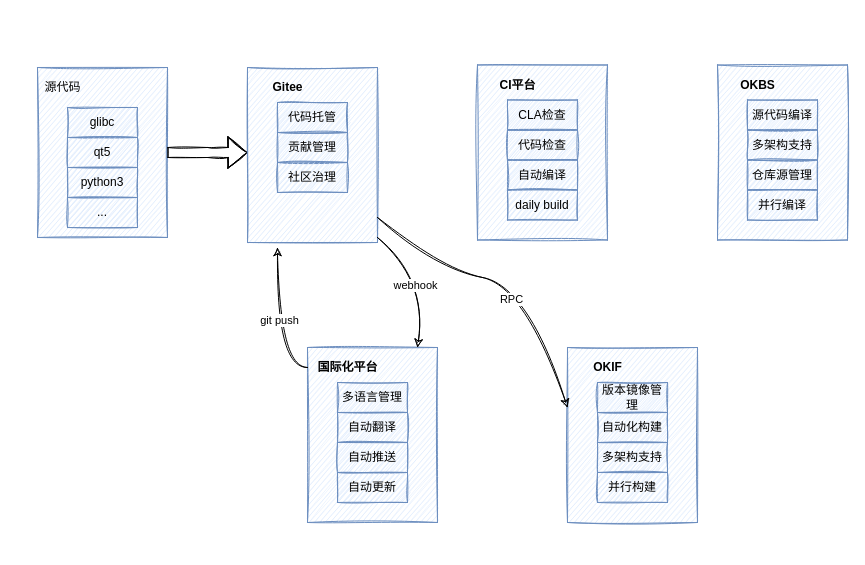
This is 平台架构.drawio from weijiang1994/draw-io, a draw.io file, before an edit. Source tidied: cells renumbered, new cells numbered last; positions are measured from the earlier drawing's top-left corner, leaving out a move shared by most shapes. Both pictures are drawn from the tidied source at 100%, with x=0, y=0 at pixel (37, 65).
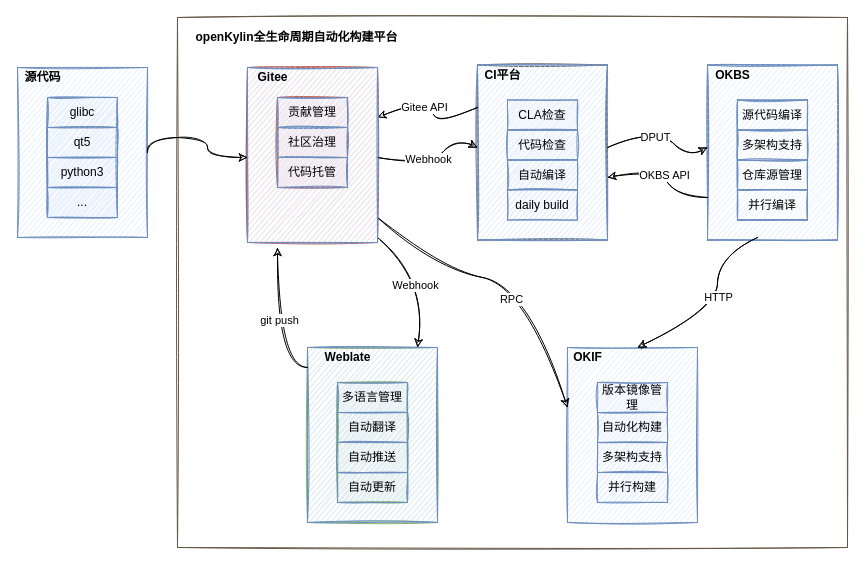
The same page after the edit.

Commit message (it also covers changes not shown here):
更新平台架构.drawio

What changed in the source:
```diff
@@
+    <mxCell id="57" style="rounded=0;whiteSpace=wrap;html=1;sketch=1;strokeColor=#665847;fillColor=none;gradientColor=none;" parent="1" vertex="1">
+      <mxGeometry x="140" y="-48" width="670" height="530" as="geometry" />
+    </mxCell>
     <mxCell id="2" style="group;rounded=0;sketch=1;" parent="1" vertex="1">
-      <mxGeometry y="2" width="130" height="170" as="geometry" />
+      <mxGeometry x="-20" y="-8" width="130" height="170" as="geometry" />
     </mxCell>
     <mxCell id="3" style="rounded=0;whiteSpace=wrap;html=1;fillColor=#dae8fc;strokeColor=#6c8ebf;sketch=1;" parent="2" vertex="1">
-      <mxGeometry width="130" height="170" as="geometry" />
+      <mxGeometry y="10" width="130" height="170" as="geometry" />
     </mxCell>
-    <mxCell id="4" value="源代码" style="text;html=1;align=center;verticalAlign=middle;strokeColor=none;fillColor=none;sketch=1;rounded=0;" parent="2" vertex="1">
+    <mxCell id="4" value="源代码" style="text;html=1;align=center;verticalAlign=middle;strokeColor=none;fillColor=none;rounded=0;sketch=1;fontStyle=1;" parent="2" vertex="1">
       <mxGeometry y="10" width="50" height="20" as="geometry" />
     </mxCell>
-    <mxCell id="5" style="group;rounded=0;sketch=1;" parent="2" vertex="1">
+    <mxCell id="5" style="group;rounded=0;fillColor=#dae8fc;strokeColor=#6c8ebf;sketch=1;" parent="2" vertex="1">
       <mxGeometry x="30" y="40" width="70" height="120" as="geometry" />
     </mxCell>
@@
-    <mxCell id="11" style="edgeStyle=orthogonalEdgeStyle;shape=flexArrow;rounded=0;sketch=1;jettySize=auto;html=1;shadow=0;" parent="1" edge="1" source="3">
-      <mxGeometry relative="1" as="geometry">
-        <mxPoint x="210" y="87" as="targetPoint" />
-      </mxGeometry>
-    </mxCell>
-    <mxCell id="12" style="group;sketch=1;rounded=0;" parent="1" vertex="1">
+    <mxCell id="12" style="group;rounded=0;fillColor=#d5e8d4;strokeColor=#82b366;sketch=1;" parent="1" vertex="1">
       <mxGeometry x="270" y="282" width="130" height="175" as="geometry" />
     </mxCell>
-    <mxCell id="13" style="group;fillColor=#DAE8FC;strokeColor=#6c8ebf;sketch=1;rounded=0;" parent="12" vertex="1">
+    <mxCell id="13" style="group;fillColor=#DAE8FC;strokeColor=#6c8ebf;rounded=0;sketch=1;" parent="12" vertex="1">
       <mxGeometry width="130" height="175" as="geometry" />
     </mxCell>
-    <mxCell id="14" value="国际化平台" style="text;html=1;align=center;verticalAlign=middle;points=[];strokeColor=none;fillColor=none;fontStyle=1;sketch=1;rounded=0;" parent="12" vertex="1">
-      <mxGeometry y="10" width="80" height="20" as="geometry" />
+    <mxCell id="14" value="Weblate" style="text;html=1;align=center;verticalAlign=middle;points=[];strokeColor=none;fillColor=none;fontStyle=1;rounded=0;sketch=1;" parent="12" vertex="1">
+      <mxGeometry x="10" width="60" height="20" as="geometry" />
     </mxCell>
-    <mxCell id="15" style="group;sketch=1;rounded=0;" parent="12" vertex="1">
+    <mxCell id="15" style="group;rounded=0;fillColor=#d5e8d4;strokeColor=#82b366;sketch=1;" parent="12" vertex="1">
       <mxGeometry x="30" y="35" width="70" height="120" as="geometry" />
     </mxCell>
@@
-    <mxCell id="20" style="group;sketch=1;rounded=0;" parent="1" vertex="1">
+    <mxCell id="20" style="group;rounded=0;sketch=1;" parent="1" vertex="1">
       <mxGeometry x="530" y="282" width="130" height="175" as="geometry" />
     </mxCell>
-    <mxCell id="21" style="group;fillColor=#DAE8FC;strokeColor=#6c8ebf;sketch=1;rounded=0;" parent="20" vertex="1">
+    <mxCell id="21" style="group;fillColor=#DAE8FC;strokeColor=#6c8ebf;rounded=0;sketch=1;" parent="20" vertex="1">
       <mxGeometry width="130" height="175" as="geometry" />
     </mxCell>
-    <mxCell id="22" value="OKIF" style="text;html=1;align=center;verticalAlign=middle;strokeColor=none;fillColor=none;fontStyle=1;sketch=1;rounded=0;" parent="20" vertex="1">
-      <mxGeometry x="20" y="10" width="40" height="20" as="geometry" />
+    <mxCell id="22" value="OKIF" style="text;html=1;align=center;verticalAlign=middle;strokeColor=none;fillColor=none;fontStyle=1;rounded=0;sketch=1;" parent="20" vertex="1">
+      <mxGeometry width="40" height="20" as="geometry" />
     </mxCell>
-    <mxCell id="23" style="group;sketch=1;rounded=0;" parent="20" vertex="1">
+    <mxCell id="23" style="group;rounded=0;sketch=1;" parent="20" vertex="1">
       <mxGeometry x="30" y="35" width="70" height="120" as="geometry" />
     </mxCell>
@@
-    <mxCell id="28" style="group;sketch=1;rounded=0;" parent="1" vertex="1">
-      <mxGeometry x="680" y="-0.5" width="130" height="175" as="geometry" />
+    <mxCell id="28" style="group;rounded=0;fillColor=none;gradientColor=none;strokeColor=#6c8ebf;sketch=1;" parent="1" vertex="1">
+      <mxGeometry x="670" y="-0.5" width="130" height="175" as="geometry" />
     </mxCell>
-    <mxCell id="29" style="group;fillColor=#DAE8FC;strokeColor=#6c8ebf;sketch=1;rounded=0;" parent="28" vertex="1">
+    <mxCell id="29" style="group;fillColor=#DAE8FC;strokeColor=#6c8ebf;rounded=0;sketch=1;" parent="28" vertex="1">
       <mxGeometry width="130" height="175" as="geometry" />
     </mxCell>
-    <mxCell id="30" value="OKBS" style="text;html=1;align=center;verticalAlign=middle;strokeColor=none;fillColor=none;fontStyle=1;sketch=1;rounded=0;" parent="28" vertex="1">
-      <mxGeometry x="15" y="10" width="50" height="20" as="geometry" />
+    <mxCell id="30" value="OKBS" style="text;html=1;align=center;verticalAlign=middle;strokeColor=none;fillColor=none;fontStyle=1;rounded=0;sketch=1;" parent="28" vertex="1">
+      <mxGeometry width="50" height="20" as="geometry" />
     </mxCell>
-    <mxCell id="31" style="group;sketch=1;rounded=0;" parent="28" vertex="1">
+    <mxCell id="31" style="group;rounded=0;fillColor=none;strokeColor=#6c8ebf;sketch=1;" parent="28" vertex="1">
       <mxGeometry x="30" y="35" width="70" height="120" as="geometry" />
     </mxCell>
-    <mxCell id="32" value="源代码编译" style="rounded=0;whiteSpace=wrap;html=1;fillColor=#dae8fc;strokeColor=#6c8ebf;sketch=1;" parent="31" vertex="1">
+    <mxCell id="32" value="源代码编译" style="rounded=0;whiteSpace=wrap;html=1;fillColor=none;strokeColor=#6c8ebf;sketch=1;" parent="31" vertex="1">
       <mxGeometry width="70" height="30" as="geometry" />
     </mxCell>
-    <mxCell id="33" value="多架构支持" style="rounded=0;whiteSpace=wrap;html=1;fillColor=#dae8fc;strokeColor=#6c8ebf;sketch=1;" parent="31" vertex="1">
+    <mxCell id="33" value="多架构支持" style="rounded=0;whiteSpace=wrap;html=1;fillColor=none;strokeColor=#6c8ebf;sketch=1;" parent="31" vertex="1">
       <mxGeometry y="30" width="70" height="30" as="geometry" />
     </mxCell>
-    <mxCell id="34" value="仓库源管理" style="rounded=0;whiteSpace=wrap;html=1;fillColor=#dae8fc;strokeColor=#6c8ebf;sketch=1;" parent="31" vertex="1">
+    <mxCell id="34" value="仓库源管理" style="rounded=0;whiteSpace=wrap;html=1;fillColor=none;strokeColor=#6c8ebf;sketch=1;" parent="31" vertex="1">
       <mxGeometry y="60" width="70" height="30" as="geometry" />
     </mxCell>
-    <mxCell id="35" value="并行编译" style="rounded=0;whiteSpace=wrap;html=1;fillColor=#dae8fc;strokeColor=#6c8ebf;sketch=1;" parent="31" vertex="1">
+    <mxCell id="35" value="并行编译" style="rounded=0;whiteSpace=wrap;html=1;fillColor=none;strokeColor=#6c8ebf;sketch=1;" parent="31" vertex="1">
       <mxGeometry y="90" width="70" height="30" as="geometry" />
     </mxCell>
-    <mxCell id="36" style="group;sketch=1;rounded=0;" parent="1" vertex="1">
+    <mxCell id="36" style="group;rounded=0;fillColor=#f5f5f5;strokeColor=#666666;gradientColor=none;sketch=1;" parent="1" vertex="1">
       <mxGeometry x="440" y="-0.5" width="130" height="175" as="geometry" />
     </mxCell>
-    <mxCell id="37" style="group;fillColor=#DAE8FC;strokeColor=#6c8ebf;sketch=1;rounded=0;" parent="36" vertex="1">
+    <mxCell id="37" style="group;fillColor=#DAE8FC;strokeColor=#6c8ebf;rounded=0;sketch=1;" parent="36" vertex="1">
       <mxGeometry width="130" height="175" as="geometry" />
     </mxCell>
-    <mxCell id="38" value="CI平台" style="text;html=1;align=center;verticalAlign=middle;strokeColor=none;fillColor=none;fontStyle=1;sketch=1;rounded=0;" parent="36" vertex="1">
-      <mxGeometry x="15" y="10" width="50" height="20" as="geometry" />
+    <mxCell id="38" value="CI平台" style="text;html=1;align=center;verticalAlign=middle;strokeColor=none;fillColor=none;fontStyle=1;rounded=0;sketch=1;" parent="36" vertex="1">
+      <mxGeometry width="50" height="20" as="geometry" />
     </mxCell>
-    <mxCell id="39" style="group;sketch=1;rounded=0;" parent="36" vertex="1">
+    <mxCell id="39" style="group;rounded=0;fillColor=none;sketch=1;" parent="36" vertex="1">
       <mxGeometry x="30" y="35" width="70" height="120" as="geometry" />
     </mxCell>
@@
-    <mxCell id="44" style="group;sketch=1;rounded=0;" parent="1" vertex="1">
+    <mxCell id="44" style="group;rounded=0;fillColor=#f8cecc;strokeColor=#b85450;sketch=1;" parent="1" vertex="1">
       <mxGeometry x="210" y="2" width="130" height="175" as="geometry" />
     </mxCell>
-    <mxCell id="45" style="group;fillColor=#DAE8FC;strokeColor=#6c8ebf;sketch=1;rounded=0;" parent="44" vertex="1">
-      <mxGeometry width="130" height="175" as="geometry" />
-    </mxCell>
-    <mxCell id="46" value="Gitee" style="text;html=1;align=center;verticalAlign=middle;strokeColor=none;fillColor=none;fontStyle=1;sketch=1;rounded=0;" parent="44" vertex="1">
-      <mxGeometry x="15" y="10" width="50" height="20" as="geometry" />
-    </mxCell>
-    <mxCell id="47" style="group;sketch=1;rounded=0;" parent="44" vertex="1">
-      <mxGeometry x="30" y="35" width="70" height="120" as="geometry" />
-    </mxCell>
-    <mxCell id="48" value="代码托管" style="rounded=0;whiteSpace=wrap;html=1;fillColor=#dae8fc;strokeColor=#6c8ebf;sketch=1;" parent="47" vertex="1">
-      <mxGeometry width="70" height="30" as="geometry" />
-    </mxCell>
-    <mxCell id="49" value="贡献管理" style="rounded=0;whiteSpace=wrap;html=1;fillColor=#dae8fc;strokeColor=#6c8ebf;sketch=1;" parent="47" vertex="1">
-      <mxGeometry y="30" width="70" height="30" as="geometry" />
-    </mxCell>
-    <mxCell id="50" value="社区治理" style="rounded=0;whiteSpace=wrap;html=1;fillColor=#dae8fc;strokeColor=#6c8ebf;sketch=1;" parent="47" vertex="1">
-      <mxGeometry y="60" width="70" height="30" as="geometry" />
-    </mxCell>
-    <mxCell id="51" style="edgeStyle=orthogonalEdgeStyle;curved=1;rounded=0;sketch=1;jettySize=auto;html=1;shadow=0;" parent="1" edge="1" source="14">
+    <mxCell id="51" style="edgeStyle=orthogonalEdgeStyle;curved=1;rounded=0;orthogonalLoop=1;jettySize=auto;html=1;shadow=0;sketch=1;" parent="1" edge="1">
       <mxGeometry relative="1" as="geometry">
+        <mxPoint x="270" y="302" as="sourcePoint" />
         <mxPoint x="240" y="182" as="targetPoint" />
         <Array as="points">
           <mxPoint x="240" y="302" />
         </Array>
       </mxGeometry>
     </mxCell>
-    <mxCell id="52" value="git push" style="edgeLabel;html=1;align=center;verticalAlign=middle;sketch=1;rounded=0;" parent="51" vertex="1">
+    <mxCell id="52" value="git push" style="edgeLabel;html=1;align=center;verticalAlign=middle;rounded=0;sketch=1;" parent="51" vertex="1">
       <mxGeometry x="0.04" y="-1" relative="1" as="geometry" />
     </mxCell>
-    <mxCell id="53" style="endArrow=classic;html=1;rounded=0;shadow=0;sketch=1;curved=1;strokeColor=default;" parent="1" edge="1">
+    <mxCell id="53" style="endArrow=classic;html=1;rounded=0;shadow=0;curved=1;strokeColor=default;sketch=1;" parent="1" edge="1">
       <mxGeometry relative="1" as="geometry">
         <mxPoint x="340" y="172" as="sourcePoint" />
         <mxPoint x="380" y="282" as="targetPoint" />
         <Array as="points">
           <mxPoint x="390" y="212" />
         </Array>
       </mxGeometry>
     </mxCell>
-    <mxCell id="54" value="webhook" style="edgeLabel;html=1;align=center;verticalAlign=middle;sketch=1;rounded=0;" parent="53" vertex="1">
+    <mxCell id="54" value="Webhook" style="edgeLabel;html=1;align=center;verticalAlign=middle;rounded=0;sketch=1;" parent="53" vertex="1">
       <mxGeometry x="0.09" y="-11" relative="1" as="geometry" />
     </mxCell>
-    <mxCell id="55" style="endArrow=classic;html=1;rounded=0;shadow=0;sketch=1;strokeColor=default;curved=1;" parent="1" edge="1">
+    <mxCell id="55" style="endArrow=classic;html=1;rounded=0;shadow=0;strokeColor=default;curved=1;sketch=1;" parent="1" edge="1">
       <mxGeometry relative="1" as="geometry">
         <mxPoint x="340" y="152" as="sourcePoint" />
         <mxPoint x="530" y="342" as="targetPoint" />
         <Array as="points">
           <mxPoint x="400" y="202" />
           <mxPoint x="490" y="222" />
         </Array>
       </mxGeometry>
     </mxCell>
-    <mxCell id="56" value="RPC" style="edgeLabel;html=1;align=center;verticalAlign=middle;sketch=1;rounded=0;" parent="55" vertex="1">
+    <mxCell id="56" value="RPC" style="edgeLabel;html=1;align=center;verticalAlign=middle;rounded=0;sketch=1;" parent="55" vertex="1">
       <mxGeometry x="0.06" y="-15" relative="1" as="geometry" />
     </mxCell>
+    <mxCell id="58" style="endArrow=classic;startArrow=none;html=1;shadow=0;strokeColor=default;curved=1;startFill=0;sketch=1;" parent="1" edge="1">
+      <mxGeometry relative="1" as="geometry">
+        <mxPoint x="340" y="92" as="sourcePoint" />
+        <mxPoint x="440" y="82" as="targetPoint" />
+        <Array as="points">
+          <mxPoint x="390" y="102" />
+          <mxPoint x="420" y="72" />
+        </Array>
+      </mxGeometry>
+    </mxCell>
+    <mxCell id="59" value="Webhook" style="edgeLabel;html=1;align=center;verticalAlign=middle;sketch=1;" parent="58" vertex="1">
+      <mxGeometry x="-0.02" y="6" relative="1" as="geometry" />
+    </mxCell>
+    <mxCell id="60" style="endArrow=classic;html=1;shadow=0;strokeColor=default;curved=1;sketch=1;" parent="1" edge="1">
+      <mxGeometry relative="1" as="geometry">
+        <mxPoint x="440" y="42" as="sourcePoint" />
+        <mxPoint x="340" y="52" as="targetPoint" />
+        <Array as="points">
+          <mxPoint x="400" y="62" />
+          <mxPoint x="390" y="32" />
+        </Array>
+      </mxGeometry>
+    </mxCell>
+    <mxCell id="61" value="Gitee API" style="edgeLabel;html=1;align=center;verticalAlign=middle;sketch=1;" parent="60" vertex="1">
+      <mxGeometry x="0.04" y="6" relative="1" as="geometry" />
+    </mxCell>
+    <mxCell id="62" style="edgeStyle=orthogonalEdgeStyle;curved=1;jettySize=auto;html=1;shadow=0;startArrow=none;startFill=0;strokeColor=default;exitX=1;exitY=0.5;exitDx=0;exitDy=0;sketch=1;" parent="1" edge="1" source="3">
+      <mxGeometry relative="1" as="geometry">
+        <mxPoint x="210" y="92" as="targetPoint" />
+        <Array as="points">
+          <mxPoint x="110" y="72" />
+          <mxPoint x="170" y="72" />
+          <mxPoint x="170" y="92" />
+        </Array>
+      </mxGeometry>
+    </mxCell>
+    <mxCell id="63" style="endArrow=classic;html=1;shadow=0;strokeColor=default;curved=1;sketch=1;" parent="1" edge="1">
+      <mxGeometry relative="1" as="geometry">
+        <mxPoint x="570" y="82" as="sourcePoint" />
+        <mxPoint x="670" y="82" as="targetPoint" />
+        <Array as="points">
+          <mxPoint x="620" y="62" />
+          <mxPoint x="650" y="92" />
+        </Array>
+      </mxGeometry>
+    </mxCell>
+    <mxCell id="64" value="DPUT" style="edgeLabel;html=1;align=center;verticalAlign=middle;sketch=1;" parent="63" vertex="1">
+      <mxGeometry x="-0.19" y="-8" relative="1" as="geometry" />
+    </mxCell>
+    <mxCell id="65" style="endArrow=classic;html=1;shadow=0;strokeColor=default;curved=1;sketch=1;" parent="1" edge="1">
+      <mxGeometry relative="1" as="geometry">
+        <mxPoint x="670" y="132" as="sourcePoint" />
+        <mxPoint x="570" y="112" as="targetPoint" />
+        <Array as="points">
+          <mxPoint x="640" y="132" />
+          <mxPoint x="620" y="102" />
+        </Array>
+      </mxGeometry>
+    </mxCell>
+    <mxCell id="66" value="OKBS API" style="edgeLabel;html=1;align=center;verticalAlign=middle;sketch=1;" parent="65" vertex="1">
+      <mxGeometry x="0.36" y="1" relative="1" as="geometry">
+        <mxPoint x="20" y="4" as="offset" />
+      </mxGeometry>
+    </mxCell>
+    <mxCell id="45" style="group;fillColor=#DAE8FC;strokeColor=#6c8ebf;rounded=0;sketch=1;" parent="1" vertex="1">
+      <mxGeometry x="210" y="2" width="130" height="175" as="geometry" />
+    </mxCell>
+    <mxCell id="46" value="Gitee" style="text;html=1;align=center;verticalAlign=middle;strokeColor=none;fillColor=none;fontStyle=1;rounded=0;sketch=1;" parent="1" vertex="1">
+      <mxGeometry x="210" y="2" width="50" height="20" as="geometry" />
+    </mxCell>
+    <mxCell id="67" style="group;fillColor=#f8cecc;strokeColor=#b85450;sketch=1;" parent="1" vertex="1">
+      <mxGeometry x="240" y="32" width="70" height="90" as="geometry" />
+    </mxCell>
+    <mxCell id="48" value="代码托管" style="rounded=0;whiteSpace=wrap;html=1;fillColor=#dae8fc;strokeColor=#6c8ebf;sketch=1;" parent="67" vertex="1">
+      <mxGeometry y="60" width="70" height="30" as="geometry" />
+    </mxCell>
+    <mxCell id="49" value="贡献管理" style="rounded=0;whiteSpace=wrap;html=1;fillColor=#dae8fc;strokeColor=#6c8ebf;sketch=1;" parent="67" vertex="1">
+      <mxGeometry width="70" height="30" as="geometry" />
+    </mxCell>
+    <mxCell id="50" value="社区治理" style="rounded=0;whiteSpace=wrap;html=1;fillColor=#dae8fc;strokeColor=#6c8ebf;sketch=1;" parent="67" vertex="1">
+      <mxGeometry y="30" width="70" height="30" as="geometry" />
+    </mxCell>
+    <mxCell id="68" value="openKylin全生命周期自动化构建平台" style="text;html=1;align=center;verticalAlign=middle;strokeColor=none;fillColor=none;fontStyle=1;" parent="1" vertex="1">
+      <mxGeometry x="149" y="-38" width="220" height="20" as="geometry" />
+    </mxCell>
+    <mxCell id="69" style="endArrow=none;html=1;shadow=0;sketch=1;strokeColor=default;curved=1;endFill=0;startArrow=classic;startFill=1;" parent="1" edge="1">
+      <mxGeometry relative="1" as="geometry">
+        <mxPoint x="600" y="282" as="sourcePoint" />
+        <mxPoint x="720" y="172" as="targetPoint" />
+        <Array as="points">
+          <mxPoint x="680" y="242" />
+          <mxPoint x="680" y="192" />
+        </Array>
+      </mxGeometry>
+    </mxCell>
+    <mxCell id="70" value="HTTP" style="edgeLabel;html=1;align=center;verticalAlign=middle;" parent="69" vertex="1">
+      <mxGeometry x="0.09" relative="1" as="geometry" />
+    </mxCell>
```
